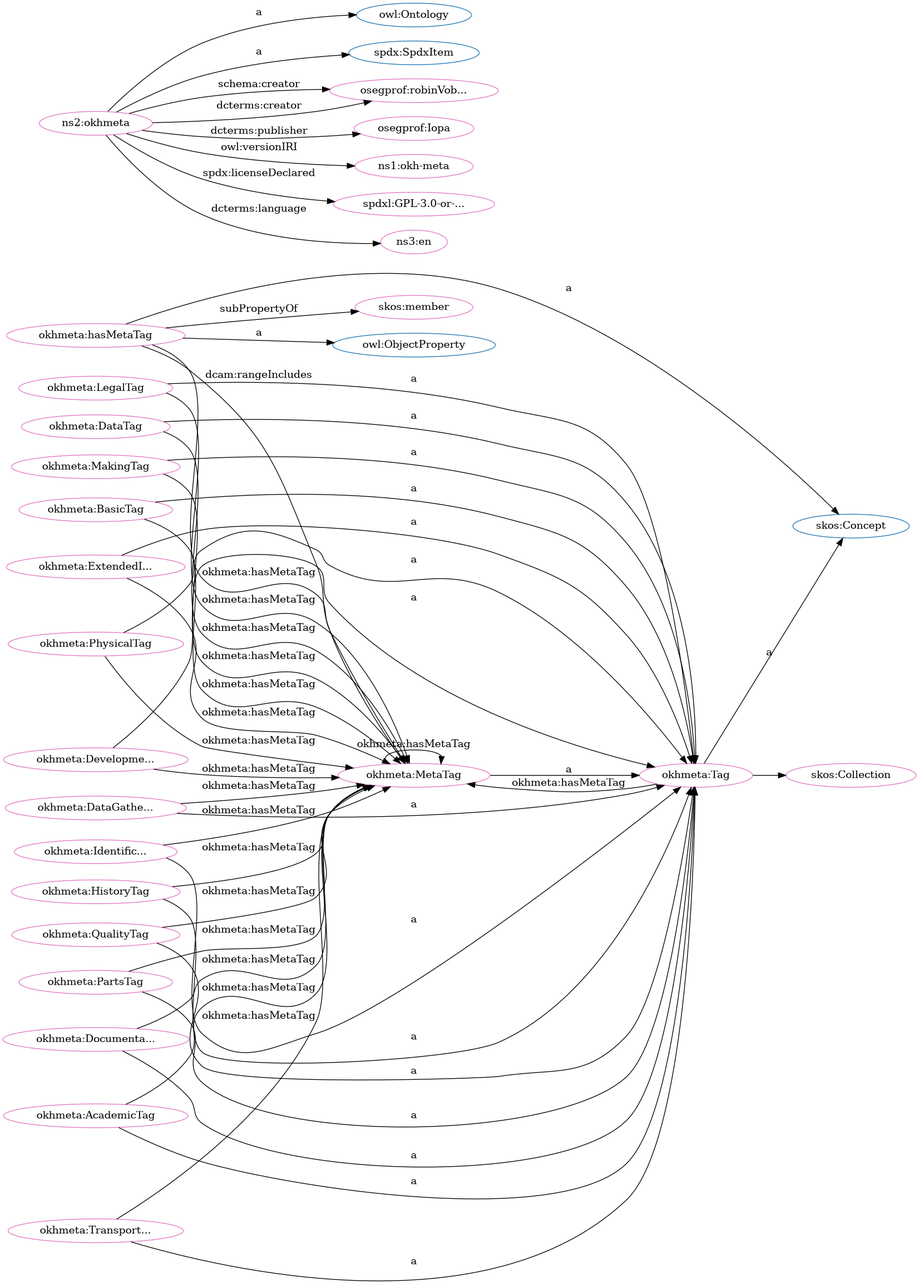
Before: src/spec/dot_okh-meta.png, a diagram exported from Graphviz (iop-alliance/OpenKnowHow). Its source is kept beside it as src/spec/dot_okh-meta.dot.
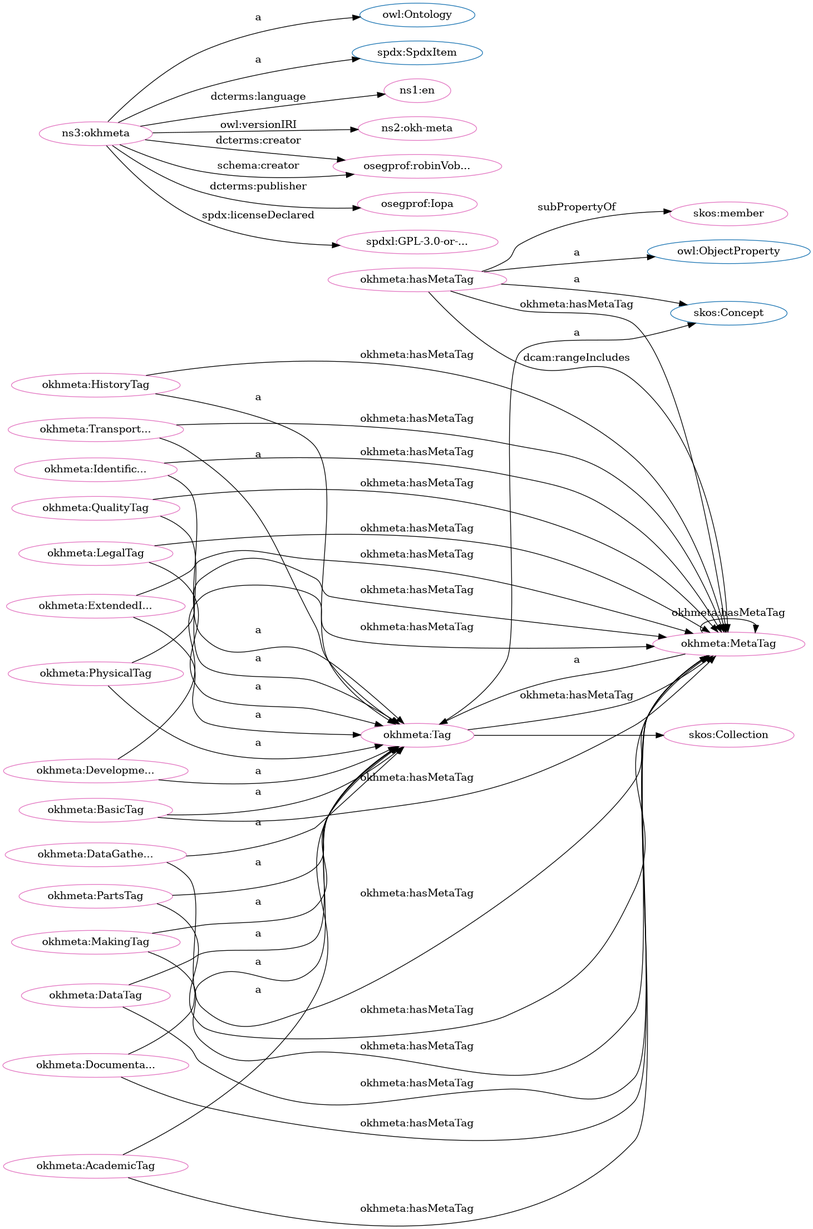
Above is the later version.

Change to the diagram source:
```diff
@@ -1,84 +1,84 @@
 digraph G {
   rankdir=BT
   node[height=.3]
+"http://www.w3.org/2004/02/skos/core#Concept" [fillcolor="#1f77b4" color="#1f77b4" label="skos:Concept"]
+"http://www.w3.org/2002/07/owl#Ontology" [fillcolor="#1f77b4" color="#1f77b4" label="owl:Ontology"]
+"http://www.w3.org/2004/02/skos/core#Collection" [fillcolor="#1f77b4" color="#1f77b4" label="skos:Collection"]
 "http://www.w3.org/2002/07/owl#ObjectProperty" [fillcolor="#1f77b4" color="#1f77b4" label="owl:ObjectProperty"]
-"http://www.w3.org/2002/07/owl#Ontology" [fillcolor="#1f77b4" color="#1f77b4" label="owl:Ontology"]
+"http://spdx.org/rdf/terms#SpdxItem" [fillcolor="#1f77b4" color="#1f77b4" label="spdx:SpdxItem"]
 "http://w3id.org/oseg/ont/okhmeta#Tag" [fillcolor="#1f77b4" color="#1f77b4" label="okhmeta:Tag"]
-"http://www.w3.org/2004/02/skos/core#Collection" [fillcolor="#1f77b4" color="#1f77b4" label="skos:Collection"]
-"http://www.w3.org/2004/02/skos/core#Concept" [fillcolor="#1f77b4" color="#1f77b4" label="skos:Concept"]
-"http://spdx.org/rdf/terms#SpdxItem" [fillcolor="#1f77b4" color="#1f77b4" label="spdx:SpdxItem"]
+"http://w3id.org/oseg/ont/okhmeta#MetaTag" [fillcolor="#e377c2" color="#e377c2" label="okhmeta:MetaTag"]
+"http://w3id.org/oseg/ont/okhmeta#LegalTag" [fillcolor="#e377c2" color="#e377c2" label="okhmeta:LegalTag"]
+"http://id.loc.gov/vocabulary/iso639-1/en" [fillcolor="#e377c2" color="#e377c2" label="ns1:en"]
+"http://w3id.org/oseg/ont/okhmeta#DataTag" [fillcolor="#e377c2" color="#e377c2" label="okhmeta:DataTag"]
+"http://w3id.org/oseg/ont/okhmeta#HistoryTag" [fillcolor="#e377c2" color="#e377c2" label="okhmeta:HistoryTag"]
+"http://w3id.org/oseg/ont/1.1.0/okh-meta" [fillcolor="#e377c2" color="#e377c2" label="ns2:okh-meta"]
 "http://w3id.org/oseg/ont/okhmeta#DataGatheringTag" [fillcolor="#e377c2" color="#e377c2" label="okhmeta:DataGathe..."]
+"http://w3id.org/oseg/ont/okhmeta#MakingTag" [fillcolor="#e377c2" color="#e377c2" label="okhmeta:MakingTag"]
+"http://w3id.org/oseg/ont/okhmeta#TransportationTag" [fillcolor="#e377c2" color="#e377c2" label="okhmeta:Transport..."]
 "http://w3id.org/oseg/ont/oseg-profiles#robinVobruba" [fillcolor="#e377c2" color="#e377c2" label="osegprof:robinVob..."]
-"http://w3id.org/oseg/ont/okhmeta#TransportationTag" [fillcolor="#e377c2" color="#e377c2" label="okhmeta:Transport..."]
-"http://w3id.org/oseg/ont/okhmeta#MetaTag" [fillcolor="#e377c2" color="#e377c2" label="okhmeta:MetaTag"]
+"http://w3id.org/oseg/ont/okhmeta#hasMetaTag" [fillcolor="#e377c2" color="#e377c2" label="okhmeta:hasMetaTag"]
+"http://w3id.org/oseg/ont/okhmeta#IdentificationTag" [fillcolor="#e377c2" color="#e377c2" label="okhmeta:Identific..."]
+"http://w3id.org/oseg/ont/oseg-profiles#Iopa" [fillcolor="#e377c2" color="#e377c2" label="osegprof:Iopa"]
+"http://spdx.org/licenses/GPL-3.0-or-later" [fillcolor="#e377c2" color="#e377c2" label="spdxl:GPL-3.0-or-..."]
+"http://w3id.org/oseg/ont/okhmeta#BasicTag" [fillcolor="#e377c2" color="#e377c2" label="okhmeta:BasicTag"]
+"http://w3id.org/oseg/ont/okhmeta#AcademicTag" [fillcolor="#e377c2" color="#e377c2" label="okhmeta:AcademicTag"]
+"http://w3id.org/oseg/ont/okhmeta#PhysicalTag" [fillcolor="#e377c2" color="#e377c2" label="okhmeta:PhysicalTag"]
+"http://w3id.org/oseg/ont/okhmeta#DocumentationTag" [fillcolor="#e377c2" color="#e377c2" label="okhmeta:Documenta..."]
+"http://w3id.org/oseg/ont/okhmeta#Tag" [fillcolor="#e377c2" color="#e377c2" label="okhmeta:Tag"]
+"http://w3id.org/oseg/ont/okhmeta#DevelopmentTag" [fillcolor="#e377c2" color="#e377c2" label="okhmeta:Developme..."]
+"http://w3id.org/oseg/ont/okhmeta#PartsTag" [fillcolor="#e377c2" color="#e377c2" label="okhmeta:PartsTag"]
+"http://www.w3.org/2004/02/skos/core#Collection" [fillcolor="#e377c2" color="#e377c2" label="skos:Collection"]
 "http://w3id.org/oseg/ont/okhmeta#ExtendedInfoTag" [fillcolor="#e377c2" color="#e377c2" label="okhmeta:ExtendedI..."]
+"http://w3id.org/oseg/ont/okhmeta" [fillcolor="#e377c2" color="#e377c2" label="ns3:okhmeta"]
 "http://w3id.org/oseg/ont/okhmeta#QualityTag" [fillcolor="#e377c2" color="#e377c2" label="okhmeta:QualityTag"]
-"http://w3id.org/oseg/ont/okhmeta#DataTag" [fillcolor="#e377c2" color="#e377c2" label="okhmeta:DataTag"]
-"http://w3id.org/oseg/ont/okhmeta#Tag" [fillcolor="#e377c2" color="#e377c2" label="okhmeta:Tag"]
-"http://w3id.org/oseg/ont/okhmeta#BasicTag" [fillcolor="#e377c2" color="#e377c2" label="okhmeta:BasicTag"]
-"http://w3id.org/oseg/ont/okhmeta#DevelopmentTag" [fillcolor="#e377c2" color="#e377c2" label="okhmeta:Developme..."]
-"http://w3id.org/oseg/ont/oseg-profiles#Iopa" [fillcolor="#e377c2" color="#e377c2" label="osegprof:Iopa"]
-"http://w3id.org/oseg/ont/1.1.0/okh-meta" [fillcolor="#e377c2" color="#e377c2" label="ns1:okh-meta"]
-"http://w3id.org/oseg/ont/okhmeta#MakingTag" [fillcolor="#e377c2" color="#e377c2" label="okhmeta:MakingTag"]
-"http://w3id.org/oseg/ont/okhmeta#hasMetaTag" [fillcolor="#e377c2" color="#e377c2" label="okhmeta:hasMetaTag"]
-"http://w3id.org/oseg/ont/okhmeta" [fillcolor="#e377c2" color="#e377c2" label="ns2:okhmeta"]
-"http://spdx.org/licenses/GPL-3.0-or-later" [fillcolor="#e377c2" color="#e377c2" label="spdxl:GPL-3.0-or-..."]
-"http://w3id.org/oseg/ont/okhmeta#AcademicTag" [fillcolor="#e377c2" color="#e377c2" label="okhmeta:AcademicTag"]
-"http://w3id.org/oseg/ont/okhmeta#IdentificationTag" [fillcolor="#e377c2" color="#e377c2" label="okhmeta:Identific..."]
-"http://w3id.org/oseg/ont/okhmeta#LegalTag" [fillcolor="#e377c2" color="#e377c2" label="okhmeta:LegalTag"]
-"http://w3id.org/oseg/ont/okhmeta#HistoryTag" [fillcolor="#e377c2" color="#e377c2" label="okhmeta:HistoryTag"]
-"http://w3id.org/oseg/ont/okhmeta#PartsTag" [fillcolor="#e377c2" color="#e377c2" label="okhmeta:PartsTag"]
 "http://www.w3.org/2004/02/skos/core#member" [fillcolor="#e377c2" color="#e377c2" label="skos:member"]
-"http://id.loc.gov/vocabulary/iso639-1/en" [fillcolor="#e377c2" color="#e377c2" label="ns3:en"]
-"http://w3id.org/oseg/ont/okhmeta#DocumentationTag" [fillcolor="#e377c2" color="#e377c2" label="okhmeta:Documenta..."]
-"http://www.w3.org/2004/02/skos/core#Collection" [fillcolor="#e377c2" color="#e377c2" label="skos:Collection"]
-"http://w3id.org/oseg/ont/okhmeta#PhysicalTag" [fillcolor="#e377c2" color="#e377c2" label="okhmeta:PhysicalTag"]
+  "http://w3id.org/oseg/ont/okhmeta#MakingTag" -> "http://w3id.org/oseg/ont/okhmeta#MetaTag" [label="okhmeta:hasMetaTag"]
+  "http://w3id.org/oseg/ont/okhmeta" -> "http://id.loc.gov/vocabulary/iso639-1/en" [label="dcterms:language"]
+  "http://w3id.org/oseg/ont/okhmeta#HistoryTag" -> "http://w3id.org/oseg/ont/okhmeta#Tag" [label="a"]
+  "http://w3id.org/oseg/ont/okhmeta" -> "http://w3id.org/oseg/ont/1.1.0/okh-meta" [label="owl:versionIRI"]
+  "http://w3id.org/oseg/ont/okhmeta#DataGatheringTag" -> "http://w3id.org/oseg/ont/okhmeta#Tag" [label="a"]
+  "http://w3id.org/oseg/ont/okhmeta#MakingTag" -> "http://w3id.org/oseg/ont/okhmeta#Tag" [label="a"]
+  "http://w3id.org/oseg/ont/okhmeta" -> "http://w3id.org/oseg/ont/oseg-profiles#robinVobruba" [label="dcterms:creator"]
+  "http://w3id.org/oseg/ont/okhmeta#hasMetaTag" -> "http://w3id.org/oseg/ont/okhmeta#MetaTag" [label="dcam:rangeIncludes"]
+  "http://w3id.org/oseg/ont/okhmeta#hasMetaTag" -> "http://www.w3.org/2004/02/skos/core#Concept" [label="a"]
+  "http://w3id.org/oseg/ont/okhmeta#QualityTag" -> "http://w3id.org/oseg/ont/okhmeta#MetaTag" [label="okhmeta:hasMetaTag"]
+  "http://w3id.org/oseg/ont/okhmeta#MetaTag" -> "http://w3id.org/oseg/ont/okhmeta#MetaTag" [label="okhmeta:hasMetaTag"]
+  "http://w3id.org/oseg/ont/okhmeta#HistoryTag" -> "http://w3id.org/oseg/ont/okhmeta#MetaTag" [label="okhmeta:hasMetaTag"]
+  "http://w3id.org/oseg/ont/okhmeta#PhysicalTag" -> "http://w3id.org/oseg/ont/okhmeta#Tag" [label="a"]
+  "http://w3id.org/oseg/ont/okhmeta#DocumentationTag" -> "http://w3id.org/oseg/ont/okhmeta#Tag" [label="a"]
+  "http://w3id.org/oseg/ont/okhmeta#ExtendedInfoTag" -> "http://w3id.org/oseg/ont/okhmeta#MetaTag" [label="okhmeta:hasMetaTag"]
+  "http://w3id.org/oseg/ont/okhmeta#IdentificationTag" -> "http://w3id.org/oseg/ont/okhmeta#MetaTag" [label="okhmeta:hasMetaTag"]
+  "http://w3id.org/oseg/ont/okhmeta#PartsTag" -> "http://w3id.org/oseg/ont/okhmeta#Tag" [label="a"]
+  "http://w3id.org/oseg/ont/okhmeta#Tag" -> "http://www.w3.org/2004/02/skos/core#Collection" [label=""]
+  "http://w3id.org/oseg/ont/okhmeta#ExtendedInfoTag" -> "http://w3id.org/oseg/ont/okhmeta#Tag" [label="a"]
+  "http://w3id.org/oseg/ont/okhmeta#DocumentationTag" -> "http://w3id.org/oseg/ont/okhmeta#MetaTag" [label="okhmeta:hasMetaTag"]
+  "http://w3id.org/oseg/ont/okhmeta#PhysicalTag" -> "http://w3id.org/oseg/ont/okhmeta#MetaTag" [label="okhmeta:hasMetaTag"]
+  "http://w3id.org/oseg/ont/okhmeta#TransportationTag" -> "http://w3id.org/oseg/ont/okhmeta#MetaTag" [label="okhmeta:hasMetaTag"]
+  "http://w3id.org/oseg/ont/okhmeta#DataGatheringTag" -> "http://w3id.org/oseg/ont/okhmeta#MetaTag" [label="okhmeta:hasMetaTag"]
+  "http://w3id.org/oseg/ont/okhmeta#LegalTag" -> "http://w3id.org/oseg/ont/okhmeta#Tag" [label="a"]
+  "http://w3id.org/oseg/ont/okhmeta#DataTag" -> "http://w3id.org/oseg/ont/okhmeta#Tag" [label="a"]
+  "http://w3id.org/oseg/ont/okhmeta#TransportationTag" -> "http://w3id.org/oseg/ont/okhmeta#Tag" [label="a"]
+  "http://w3id.org/oseg/ont/okhmeta#IdentificationTag" -> "http://w3id.org/oseg/ont/okhmeta#Tag" [label="a"]
+  "http://w3id.org/oseg/ont/okhmeta" -> "http://w3id.org/oseg/ont/oseg-profiles#Iopa" [label="dcterms:publisher"]
+  "http://w3id.org/oseg/ont/okhmeta" -> "http://spdx.org/licenses/GPL-3.0-or-later" [label="spdx:licenseDeclared"]
+  "http://w3id.org/oseg/ont/okhmeta#hasMetaTag" -> "http://www.w3.org/2002/07/owl#ObjectProperty" [label="a"]
+  "http://w3id.org/oseg/ont/okhmeta#DataTag" -> "http://w3id.org/oseg/ont/okhmeta#MetaTag" [label="okhmeta:hasMetaTag"]
+  "http://w3id.org/oseg/ont/okhmeta#BasicTag" -> "http://w3id.org/oseg/ont/okhmeta#Tag" [label="a"]
+  "http://w3id.org/oseg/ont/okhmeta#AcademicTag" -> "http://w3id.org/oseg/ont/okhmeta#Tag" [label="a"]
+  "http://w3id.org/oseg/ont/okhmeta#Tag" -> "http://www.w3.org/2004/02/skos/core#Concept" [label="a"]
+  "http://w3id.org/oseg/ont/okhmeta#PartsTag" -> "http://w3id.org/oseg/ont/okhmeta#MetaTag" [label="okhmeta:hasMetaTag"]
   "http://w3id.org/oseg/ont/okhmeta" -> "http://w3id.org/oseg/ont/oseg-profiles#robinVobruba" [label="schema:creator"]
-  "http://w3id.org/oseg/ont/okhmeta#TransportationTag" -> "http://w3id.org/oseg/ont/okhmeta#Tag" [label="a"]
+  "http://w3id.org/oseg/ont/okhmeta#DevelopmentTag" -> "http://w3id.org/oseg/ont/okhmeta#Tag" [label="a"]
+  "http://w3id.org/oseg/ont/okhmeta#Tag" -> "http://w3id.org/oseg/ont/okhmeta#MetaTag" [label="okhmeta:hasMetaTag"]
+  "http://w3id.org/oseg/ont/okhmeta#hasMetaTag" -> "http://w3id.org/oseg/ont/okhmeta#MetaTag" [label="okhmeta:hasMetaTag"]
+  "http://w3id.org/oseg/ont/okhmeta#BasicTag" -> "http://w3id.org/oseg/ont/okhmeta#MetaTag" [label="okhmeta:hasMetaTag"]
+  "http://w3id.org/oseg/ont/okhmeta" -> "http://spdx.org/rdf/terms#SpdxItem" [label="a"]
+  "http://w3id.org/oseg/ont/okhmeta#AcademicTag" -> "http://w3id.org/oseg/ont/okhmeta#MetaTag" [label="okhmeta:hasMetaTag"]
+  "http://w3id.org/oseg/ont/okhmeta#MetaTag" -> "http://w3id.org/oseg/ont/okhmeta#Tag" [label="a"]
   "http://w3id.org/oseg/ont/okhmeta#LegalTag" -> "http://w3id.org/oseg/ont/okhmeta#MetaTag" [label="okhmeta:hasMetaTag"]
-  "http://w3id.org/oseg/ont/okhmeta#DataTag" -> "http://w3id.org/oseg/ont/okhmeta#MetaTag" [label="okhmeta:hasMetaTag"]
-  "http://w3id.org/oseg/ont/okhmeta#ExtendedInfoTag" -> "http://w3id.org/oseg/ont/okhmeta#Tag" [label="a"]
+  "http://w3id.org/oseg/ont/okhmeta#DevelopmentTag" -> "http://w3id.org/oseg/ont/okhmeta#MetaTag" [label="okhmeta:hasMetaTag"]
+  "http://w3id.org/oseg/ont/okhmeta" -> "http://www.w3.org/2002/07/owl#Ontology" [label="a"]
   "http://w3id.org/oseg/ont/okhmeta#QualityTag" -> "http://w3id.org/oseg/ont/okhmeta#Tag" [label="a"]
-  "http://w3id.org/oseg/ont/okhmeta#DataTag" -> "http://w3id.org/oseg/ont/okhmeta#Tag" [label="a"]
-  "http://w3id.org/oseg/ont/okhmeta#HistoryTag" -> "http://w3id.org/oseg/ont/okhmeta#MetaTag" [label="okhmeta:hasMetaTag"]
-  "http://w3id.org/oseg/ont/okhmeta#hasMetaTag" -> "http://w3id.org/oseg/ont/okhmeta#MetaTag" [label="dcam:rangeIncludes"]
-  "http://w3id.org/oseg/ont/okhmeta" -> "http://w3id.org/oseg/ont/oseg-profiles#robinVobruba" [label="dcterms:creator"]
-  "http://w3id.org/oseg/ont/okhmeta" -> "http://w3id.org/oseg/ont/1.1.0/okh-meta" [label="owl:versionIRI"]
-  "http://w3id.org/oseg/ont/okhmeta#MakingTag" -> "http://w3id.org/oseg/ont/okhmeta#Tag" [label="a"]
-  "http://w3id.org/oseg/ont/okhmeta#hasMetaTag" -> "http://www.w3.org/2002/07/owl#ObjectProperty" [label="a"]
-  "http://w3id.org/oseg/ont/okhmeta#DataGatheringTag" -> "http://w3id.org/oseg/ont/okhmeta#MetaTag" [label="okhmeta:hasMetaTag"]
-  "http://w3id.org/oseg/ont/okhmeta#hasMetaTag" -> "http://www.w3.org/2004/02/skos/core#Concept" [label="a"]
-  "http://w3id.org/oseg/ont/okhmeta#LegalTag" -> "http://w3id.org/oseg/ont/okhmeta#Tag" [label="a"]
-  "http://w3id.org/oseg/ont/okhmeta" -> "http://spdx.org/rdf/terms#SpdxItem" [label="a"]
-  "http://w3id.org/oseg/ont/okhmeta#HistoryTag" -> "http://w3id.org/oseg/ont/okhmeta#Tag" [label="a"]
-  "http://w3id.org/oseg/ont/okhmeta#ExtendedInfoTag" -> "http://w3id.org/oseg/ont/okhmeta#MetaTag" [label="okhmeta:hasMetaTag"]
-  "http://w3id.org/oseg/ont/okhmeta#PartsTag" -> "http://w3id.org/oseg/ont/okhmeta#Tag" [label="a"]
   "http://w3id.org/oseg/ont/okhmeta#hasMetaTag" -> "http://www.w3.org/2004/02/skos/core#member" [label="subPropertyOf"]
-  "http://w3id.org/oseg/ont/okhmeta" -> "http://id.loc.gov/vocabulary/iso639-1/en" [label="dcterms:language"]
-  "http://w3id.org/oseg/ont/okhmeta#DocumentationTag" -> "http://w3id.org/oseg/ont/okhmeta#Tag" [label="a"]
-  "http://w3id.org/oseg/ont/okhmeta#Tag" -> "http://www.w3.org/2004/02/skos/core#Collection" [label=""]
-  "http://w3id.org/oseg/ont/okhmeta#BasicTag" -> "http://w3id.org/oseg/ont/okhmeta#MetaTag" [label="okhmeta:hasMetaTag"]
-  "http://w3id.org/oseg/ont/okhmeta#DocumentationTag" -> "http://w3id.org/oseg/ont/okhmeta#MetaTag" [label="okhmeta:hasMetaTag"]
-  "http://w3id.org/oseg/ont/okhmeta#MakingTag" -> "http://w3id.org/oseg/ont/okhmeta#MetaTag" [label="okhmeta:hasMetaTag"]
-  "http://w3id.org/oseg/ont/okhmeta#DataGatheringTag" -> "http://w3id.org/oseg/ont/okhmeta#Tag" [label="a"]
-  "http://w3id.org/oseg/ont/okhmeta#QualityTag" -> "http://w3id.org/oseg/ont/okhmeta#MetaTag" [label="okhmeta:hasMetaTag"]
-  "http://w3id.org/oseg/ont/okhmeta#Tag" -> "http://www.w3.org/2004/02/skos/core#Concept" [label="a"]
-  "http://w3id.org/oseg/ont/okhmeta#Tag" -> "http://w3id.org/oseg/ont/okhmeta#MetaTag" [label="okhmeta:hasMetaTag"]
-  "http://w3id.org/oseg/ont/okhmeta#PartsTag" -> "http://w3id.org/oseg/ont/okhmeta#MetaTag" [label="okhmeta:hasMetaTag"]
-  "http://w3id.org/oseg/ont/okhmeta#DevelopmentTag" -> "http://w3id.org/oseg/ont/okhmeta#MetaTag" [label="okhmeta:hasMetaTag"]
-  "http://w3id.org/oseg/ont/okhmeta#BasicTag" -> "http://w3id.org/oseg/ont/okhmeta#Tag" [label="a"]
-  "http://w3id.org/oseg/ont/okhmeta#DevelopmentTag" -> "http://w3id.org/oseg/ont/okhmeta#Tag" [label="a"]
-  "http://w3id.org/oseg/ont/okhmeta#PhysicalTag" -> "http://w3id.org/oseg/ont/okhmeta#MetaTag" [label="okhmeta:hasMetaTag"]
-  "http://w3id.org/oseg/ont/okhmeta" -> "http://w3id.org/oseg/ont/oseg-profiles#Iopa" [label="dcterms:publisher"]
-  "http://w3id.org/oseg/ont/okhmeta#AcademicTag" -> "http://w3id.org/oseg/ont/okhmeta#MetaTag" [label="okhmeta:hasMetaTag"]
-  "http://w3id.org/oseg/ont/okhmeta" -> "http://www.w3.org/2002/07/owl#Ontology" [label="a"]
-  "http://w3id.org/oseg/ont/okhmeta#hasMetaTag" -> "http://w3id.org/oseg/ont/okhmeta#MetaTag" [label="okhmeta:hasMetaTag"]
-  "http://w3id.org/oseg/ont/okhmeta" -> "http://spdx.org/licenses/GPL-3.0-or-later" [label="spdx:licenseDeclared"]
-  "http://w3id.org/oseg/ont/okhmeta#AcademicTag" -> "http://w3id.org/oseg/ont/okhmeta#Tag" [label="a"]
-  "http://w3id.org/oseg/ont/okhmeta#IdentificationTag" -> "http://w3id.org/oseg/ont/okhmeta#Tag" [label="a"]
-  "http://w3id.org/oseg/ont/okhmeta#MetaTag" -> "http://w3id.org/oseg/ont/okhmeta#MetaTag" [label="okhmeta:hasMetaTag"]
-  "http://w3id.org/oseg/ont/okhmeta#IdentificationTag" -> "http://w3id.org/oseg/ont/okhmeta#MetaTag" [label="okhmeta:hasMetaTag"]
-  "http://w3id.org/oseg/ont/okhmeta#TransportationTag" -> "http://w3id.org/oseg/ont/okhmeta#MetaTag" [label="okhmeta:hasMetaTag"]
-  "http://w3id.org/oseg/ont/okhmeta#MetaTag" -> "http://w3id.org/oseg/ont/okhmeta#Tag" [label="a"]
-  "http://w3id.org/oseg/ont/okhmeta#PhysicalTag" -> "http://w3id.org/oseg/ont/okhmeta#Tag" [label="a"]
 }
```
